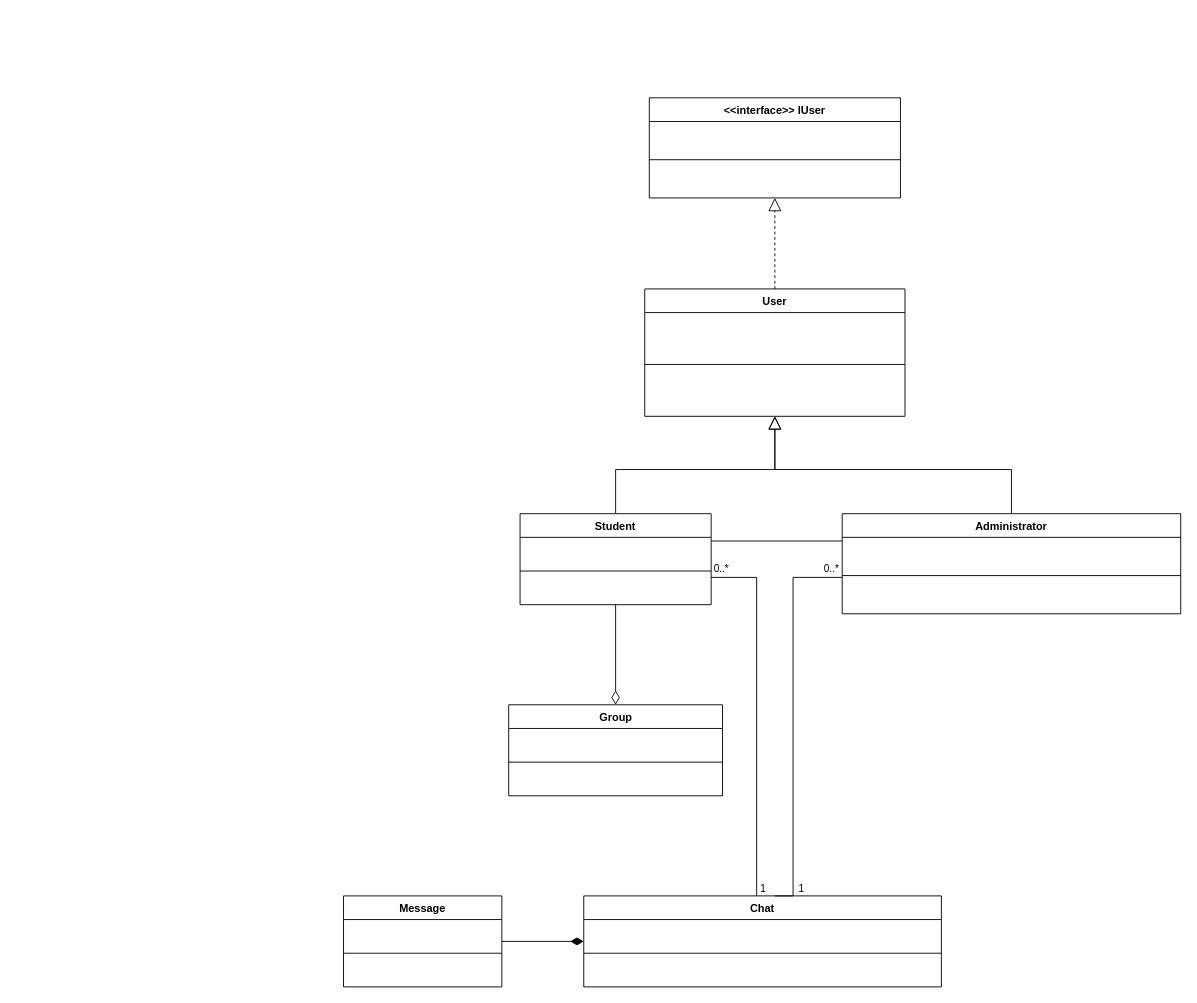
This is class_diagram.drawio from marchenkodima/oop-project-console, a draw.io file, before an edit. Source tidied: cells renumbered, new cells numbered last; positions are measured from the earlier drawing's top-left corner, leaving out a move shared by most shapes. Both pictures are drawn from the tidied source at 91%, with x=0, y=0 at pixel (343, 97).
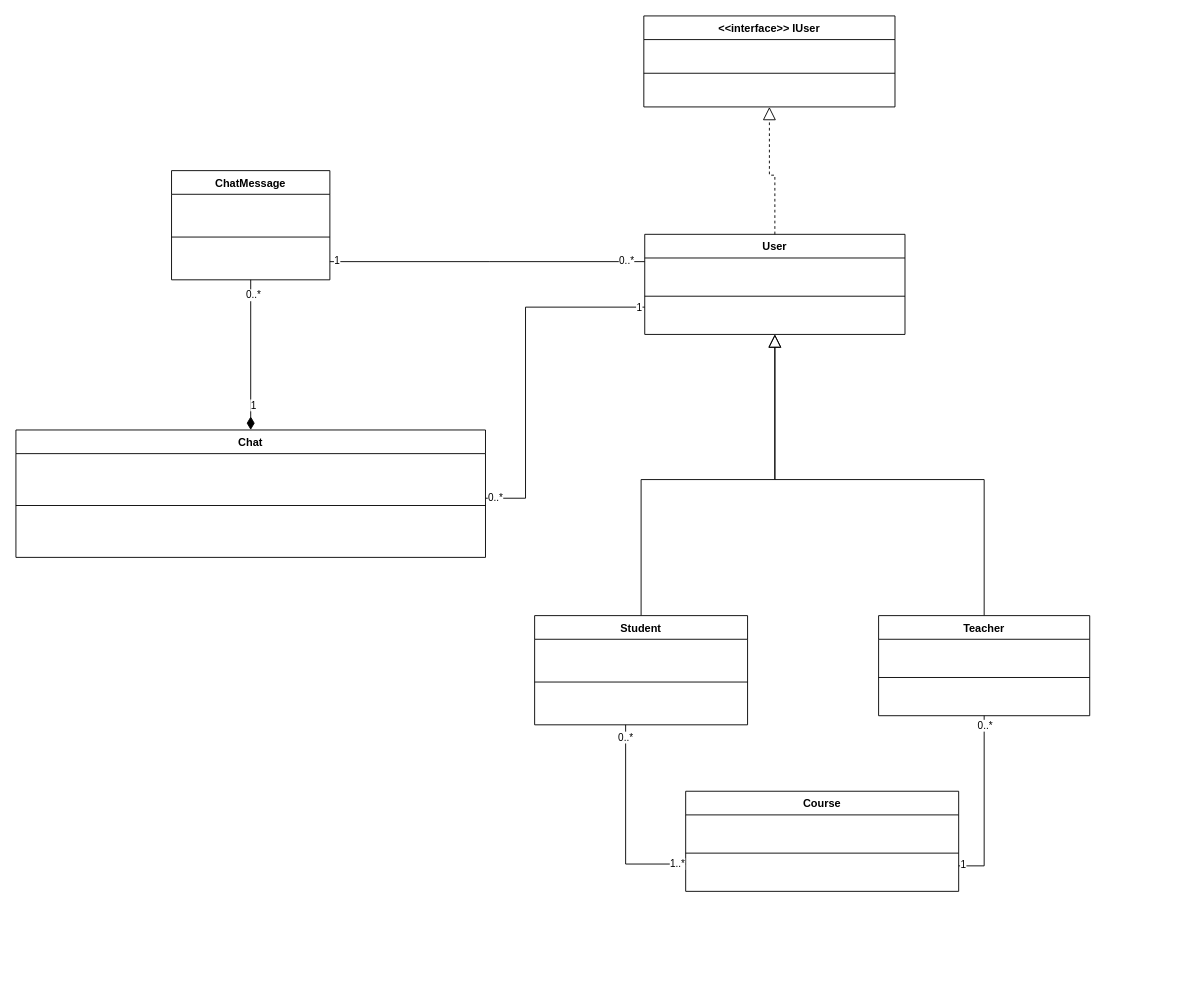
The same diagram, later.

What changed in the source:
```diff
@@
     <mxCell id="2" value="User" style="swimlane;fontStyle=1;align=center;verticalAlign=top;horizontal=1;startSize=26;whiteSpace=wrap;html=1;" parent="1" vertex="1">
-      <mxGeometry x="331" y="210" width="286" height="140" as="geometry" />
+      <mxGeometry x="331" y="150" width="286" height="110" as="geometry" />
     </mxCell>
-    <mxCell id="3" style="line;strokeWidth=1;fillColor=none;align=left;verticalAlign=middle;spacingTop=-1;spacingLeft=3;spacingRight=3;labelPosition=right;strokeColor=inherit;" parent="2" vertex="1">
-      <mxGeometry y="26" width="286" height="114" as="geometry" />
-    </mxCell>
+    <mxCell id="28" style="line;strokeWidth=1;fillColor=none;align=left;verticalAlign=middle;spacingTop=-1;spacingLeft=3;spacingRight=3;labelPosition=right;strokeColor=inherit;" parent="2" vertex="1">
+      <mxGeometry y="26" width="286" height="84" as="geometry" />
+    </mxCell>
@@
     <mxCell id="5" value="Student" style="swimlane;fontStyle=1;align=center;verticalAlign=top;horizontal=1;startSize=26;whiteSpace=wrap;html=1;" parent="1" vertex="1">
-      <mxGeometry x="194" y="457" width="210" height="100" as="geometry" />
+      <mxGeometry x="210" y="569" width="234" height="120" as="geometry" />
     </mxCell>
-    <mxCell id="6" style="line;strokeWidth=1;fillColor=none;align=left;verticalAlign=middle;spacingTop=-1;spacingLeft=3;spacingRight=3;labelPosition=right;strokeColor=inherit;" parent="5" vertex="1">
-      <mxGeometry y="26" width="210" height="74" as="geometry" />
-    </mxCell>
-    <mxCell id="7" style="edgeStyle=orthogonalEdgeStyle;rounded=0;jettySize=auto;html=1;exitX=0.5;exitY=0;exitDx=0;exitDy=0;endArrow=block;endFill=0;endSize=12;" parent="1" edge="1" source="8" target="2">
-      <mxGeometry relative="1" as="geometry" />
-    </mxCell>
-    <mxCell id="8" value="Administrator" style="swimlane;fontStyle=1;align=center;verticalAlign=top;horizontal=1;startSize=26;whiteSpace=wrap;html=1;" parent="1" vertex="1">
-      <mxGeometry x="548" y="457" width="372" height="110" as="geometry" />
-    </mxCell>
-    <mxCell id="9" style="line;strokeWidth=1;fillColor=none;align=left;verticalAlign=middle;spacingTop=-1;spacingLeft=3;spacingRight=3;labelPosition=right;strokeColor=inherit;" parent="8" vertex="1">
-      <mxGeometry y="26" width="372" height="84" as="geometry" />
-    </mxCell>
-    <mxCell id="10" value="Message" style="swimlane;fontStyle=1;align=center;verticalAlign=top;horizontal=1;startSize=26;whiteSpace=wrap;html=1;" parent="1" vertex="1">
-      <mxGeometry y="877" width="174" height="100" as="geometry" />
-    </mxCell>
-    <mxCell id="11" style="line;strokeWidth=1;fillColor=none;align=left;verticalAlign=middle;spacingTop=-1;spacingLeft=3;spacingRight=3;labelPosition=right;strokeColor=inherit;" parent="10" vertex="1">
-      <mxGeometry y="26" width="174" height="74" as="geometry" />
-    </mxCell>
+    <mxCell id="29" style="line;strokeWidth=1;fillColor=none;align=left;verticalAlign=middle;spacingTop=-1;spacingLeft=3;spacingRight=3;labelPosition=right;strokeColor=inherit;" parent="5" vertex="1">
+      <mxGeometry y="26" width="234" height="94" as="geometry" />
+    </mxCell>
+    <mxCell id="30" style="edgeStyle=orthogonalEdgeStyle;rounded=0;jettySize=auto;html=1;exitX=0.5;exitY=0;exitDx=0;exitDy=0;endArrow=block;endFill=0;endSize=12;" parent="1" edge="1" source="31" target="2">
+      <mxGeometry relative="1" as="geometry" />
+    </mxCell>
+    <mxCell id="31" value="Teacher" style="swimlane;fontStyle=1;align=center;verticalAlign=top;horizontal=1;startSize=26;whiteSpace=wrap;html=1;" parent="1" vertex="1">
+      <mxGeometry x="588" y="569" width="232" height="110" as="geometry" />
+    </mxCell>
+    <mxCell id="32" style="line;strokeWidth=1;fillColor=none;align=left;verticalAlign=middle;spacingTop=-1;spacingLeft=3;spacingRight=3;labelPosition=right;strokeColor=inherit;" parent="31" vertex="1">
+      <mxGeometry y="26" width="232" height="84" as="geometry" />
+    </mxCell>
+    <mxCell id="33" style="edgeStyle=orthogonalEdgeStyle;rounded=0;jettySize=auto;html=1;endArrow=none;endFill=0;" parent="1" edge="1" source="36" target="2">
+      <mxGeometry relative="1" as="geometry">
+        <Array as="points">
+          <mxPoint x="160" y="180" />
+          <mxPoint x="160" y="180" />
+        </Array>
+      </mxGeometry>
+    </mxCell>
+    <mxCell id="34" value="1" style="edgeLabel;html=1;align=center;verticalAlign=middle;" parent="33" vertex="1">
+      <mxGeometry x="-0.93" y="2" relative="1" as="geometry">
+        <mxPoint x="-5" as="offset" />
+      </mxGeometry>
+    </mxCell>
+    <mxCell id="35" value="0..*" style="edgeLabel;html=1;align=center;verticalAlign=middle;" parent="33" vertex="1">
+      <mxGeometry x="0.88" y="2" relative="1" as="geometry" />
+    </mxCell>
+    <mxCell id="36" value="ChatMessage" style="swimlane;fontStyle=1;align=center;verticalAlign=top;horizontal=1;startSize=26;whiteSpace=wrap;html=1;" parent="1" vertex="1">
+      <mxGeometry x="-189" y="80" width="174" height="120" as="geometry" />
+    </mxCell>
+    <mxCell id="37" style="line;strokeWidth=1;fillColor=none;align=left;verticalAlign=middle;spacingTop=-1;spacingLeft=3;spacingRight=3;labelPosition=right;strokeColor=inherit;" parent="36" vertex="1">
+      <mxGeometry y="26" width="174" height="94" as="geometry" />
+    </mxCell>
     <mxCell id="12" value="Chat" style="swimlane;fontStyle=1;align=center;verticalAlign=top;horizontal=1;startSize=26;whiteSpace=wrap;html=1;" parent="1" vertex="1">
-      <mxGeometry x="264" y="877" width="393" height="100" as="geometry" />
+      <mxGeometry x="-360" y="365" width="516" height="140" as="geometry" />
     </mxCell>
-    <mxCell id="13" style="line;strokeWidth=1;fillColor=none;align=left;verticalAlign=middle;spacingTop=-1;spacingLeft=3;spacingRight=3;labelPosition=right;strokeColor=inherit;" parent="12" vertex="1">
-      <mxGeometry y="26" width="393" height="74" as="geometry" />
-    </mxCell>
-    <mxCell id="14" style="edgeStyle=orthogonalEdgeStyle;rounded=0;jettySize=auto;html=1;endArrow=diamondThin;endFill=1;endSize=12;" parent="1" edge="1" source="10" target="12">
-      <mxGeometry relative="1" as="geometry" />
-    </mxCell>
-    <mxCell id="15" value="Group" style="swimlane;fontStyle=1;align=center;verticalAlign=top;horizontal=1;startSize=26;whiteSpace=wrap;html=1;" parent="1" vertex="1">
-      <mxGeometry x="181.5" y="667" width="235" height="100" as="geometry" />
-    </mxCell>
-    <mxCell id="16" style="line;strokeWidth=1;fillColor=none;align=left;verticalAlign=middle;spacingTop=-1;spacingLeft=3;spacingRight=3;labelPosition=right;strokeColor=inherit;" parent="15" vertex="1">
-      <mxGeometry y="26" width="235" height="74" as="geometry" />
-    </mxCell>
-    <mxCell id="17" style="edgeStyle=orthogonalEdgeStyle;rounded=0;jettySize=auto;html=1;endArrow=diamondThin;endFill=0;endSize=13;" parent="1" edge="1" source="5" target="15">
-      <mxGeometry relative="1" as="geometry" />
-    </mxCell>
-    <mxCell id="18" style="edgeStyle=orthogonalEdgeStyle;rounded=0;jettySize=auto;html=1;endArrow=none;endFill=0;endSize=13;" parent="1" edge="1" source="5" target="12">
-      <mxGeometry relative="1" as="geometry">
-        <Array as="points">
-          <mxPoint x="454" y="527" />
-        </Array>
-      </mxGeometry>
-    </mxCell>
-    <mxCell id="19" value="1" style="edgeLabel;html=1;align=center;verticalAlign=middle;" parent="18" vertex="1">
-      <mxGeometry x="-0.78" y="1" relative="1" as="geometry">
-        <mxPoint x="12" y="342" as="offset" />
-      </mxGeometry>
-    </mxCell>
-    <mxCell id="20" value="0..*" style="edgeLabel;html=1;align=center;verticalAlign=middle;" parent="18" vertex="1">
-      <mxGeometry x="-0.98" relative="1" as="geometry">
-        <mxPoint x="6" y="-10" as="offset" />
-      </mxGeometry>
-    </mxCell>
-    <mxCell id="21" style="edgeStyle=orthogonalEdgeStyle;rounded=0;jettySize=auto;html=1;endArrow=none;endFill=0;endSize=12;" parent="1" edge="1" source="8">
-      <mxGeometry relative="1" as="geometry">
-        <mxPoint x="474" y="877" as="targetPoint" />
-        <Array as="points">
-          <mxPoint x="494" y="527" />
-          <mxPoint x="494" y="877" />
-        </Array>
-      </mxGeometry>
-    </mxCell>
-    <mxCell id="22" value="1" style="edgeLabel;html=1;align=center;verticalAlign=middle;" parent="21" vertex="1">
-      <mxGeometry x="0.85" y="1" relative="1" as="geometry">
-        <mxPoint x="7" y="3" as="offset" />
-      </mxGeometry>
-    </mxCell>
-    <mxCell id="23" value="0..*" style="edgeLabel;html=1;align=center;verticalAlign=middle;" parent="21" vertex="1">
-      <mxGeometry x="-0.88" y="-1" relative="1" as="geometry">
-        <mxPoint x="12" y="-9" as="offset" />
-      </mxGeometry>
-    </mxCell>
-    <mxCell id="24" style="edgeStyle=orthogonalEdgeStyle;rounded=0;jettySize=auto;html=1;endArrow=none;endFill=0;" parent="1" edge="1" source="8" target="5">
-      <mxGeometry relative="1" as="geometry">
-        <Array as="points">
-          <mxPoint x="474" y="487" />
-          <mxPoint x="474" y="487" />
-        </Array>
-      </mxGeometry>
-    </mxCell>
+    <mxCell id="38" style="line;strokeWidth=1;fillColor=none;align=left;verticalAlign=middle;spacingTop=-1;spacingLeft=3;spacingRight=3;labelPosition=right;strokeColor=inherit;" parent="12" vertex="1">
+      <mxGeometry y="26" width="516" height="114" as="geometry" />
+    </mxCell>
+    <mxCell id="39" style="edgeStyle=orthogonalEdgeStyle;rounded=0;jettySize=auto;html=1;endArrow=diamondThin;endFill=1;endSize=12;" parent="1" edge="1" source="36" target="12">
+      <mxGeometry relative="1" as="geometry" />
+    </mxCell>
+    <mxCell id="40" value="1" style="edgeLabel;html=1;align=center;verticalAlign=middle;" parent="39" vertex="1">
+      <mxGeometry x="0.72" y="3" relative="1" as="geometry">
+        <mxPoint x="-1" y="-5" as="offset" />
+      </mxGeometry>
+    </mxCell>
+    <mxCell id="41" value="0..*" style="edgeLabel;html=1;align=center;verticalAlign=middle;" parent="39" vertex="1">
+      <mxGeometry x="-0.68" relative="1" as="geometry">
+        <mxPoint x="2" y="-10" as="offset" />
+      </mxGeometry>
+    </mxCell>
+    <mxCell id="42" style="edgeStyle=orthogonalEdgeStyle;rounded=0;jettySize=auto;html=1;endArrow=none;endFill=0;endSize=13;" parent="1" edge="1" source="2" target="12">
+      <mxGeometry relative="1" as="geometry">
+        <Array as="points">
+          <mxPoint x="200" y="230" />
+          <mxPoint x="200" y="440" />
+        </Array>
+      </mxGeometry>
+    </mxCell>
+    <mxCell id="43" value="1" style="edgeLabel;html=1;align=center;verticalAlign=middle;" parent="42" vertex="1">
+      <mxGeometry x="-0.98" relative="1" as="geometry">
+        <mxPoint x="-3" as="offset" />
+      </mxGeometry>
+    </mxCell>
+    <mxCell id="44" value="0..*" style="edgeLabel;html=1;align=center;verticalAlign=middle;" parent="42" vertex="1">
+      <mxGeometry x="0.95" y="-1" relative="1" as="geometry" />
+    </mxCell>
     <mxCell id="25" value="&amp;lt;&amp;lt;interface&amp;gt;&amp;gt; IUser" style="swimlane;fontStyle=1;align=center;verticalAlign=top;horizontal=1;startSize=26;whiteSpace=wrap;html=1;" parent="1" vertex="1">
-      <mxGeometry x="336" width="276" height="110" as="geometry" />
+      <mxGeometry x="330" y="-90" width="276" height="100" as="geometry" />
     </mxCell>
-    <mxCell id="26" style="line;strokeWidth=1;fillColor=none;align=left;verticalAlign=middle;spacingTop=-1;spacingLeft=3;spacingRight=3;labelPosition=right;strokeColor=inherit;" parent="25" vertex="1">
-      <mxGeometry y="26" width="276" height="84" as="geometry" />
-    </mxCell>
+    <mxCell id="45" style="line;strokeWidth=1;fillColor=none;align=left;verticalAlign=middle;spacingTop=-1;spacingLeft=3;spacingRight=3;labelPosition=right;strokeColor=inherit;" parent="25" vertex="1">
+      <mxGeometry y="26" width="276" height="74" as="geometry" />
+    </mxCell>
@@
+    <mxCell id="46" value="Course" style="swimlane;fontStyle=1;align=center;verticalAlign=top;horizontal=1;startSize=26;whiteSpace=wrap;html=1;" parent="1" vertex="1">
+      <mxGeometry x="376" y="762" width="300" height="110" as="geometry" />
+    </mxCell>
+    <mxCell id="47" style="line;strokeWidth=1;fillColor=none;align=left;verticalAlign=middle;spacingTop=-1;spacingLeft=3;spacingRight=3;labelPosition=right;strokeColor=inherit;" parent="46" vertex="1">
+      <mxGeometry y="26" width="300" height="84" as="geometry" />
+    </mxCell>
+    <mxCell id="48" style="edgeStyle=orthogonalEdgeStyle;rounded=0;jettySize=auto;html=1;endArrow=none;endFill=0;" parent="1" edge="1" source="46" target="5">
+      <mxGeometry relative="1" as="geometry">
+        <Array as="points">
+          <mxPoint x="310" y="842" />
+        </Array>
+      </mxGeometry>
+    </mxCell>
+    <mxCell id="49" value="0..*" style="edgeLabel;html=1;align=center;verticalAlign=middle;" parent="48" vertex="1">
+      <mxGeometry x="0.86" relative="1" as="geometry">
+        <mxPoint x="-1" y="-2" as="offset" />
+      </mxGeometry>
+    </mxCell>
+    <mxCell id="50" value="1..*" style="edgeLabel;html=1;align=center;verticalAlign=middle;" parent="48" vertex="1">
+      <mxGeometry x="-0.88" relative="1" as="geometry">
+        <mxPoint x="3" y="-1" as="offset" />
+      </mxGeometry>
+    </mxCell>
+    <mxCell id="51" style="edgeStyle=orthogonalEdgeStyle;rounded=0;jettySize=auto;html=1;endArrow=none;endFill=0;" parent="1" edge="1" source="46" target="31">
+      <mxGeometry relative="1" as="geometry">
+        <Array as="points">
+          <mxPoint x="704" y="844" />
+        </Array>
+      </mxGeometry>
+    </mxCell>
+    <mxCell id="52" value="1" style="edgeLabel;html=1;align=center;verticalAlign=middle;" parent="51" vertex="1">
+      <mxGeometry x="-0.95" y="3" relative="1" as="geometry">
+        <mxPoint x="-1" y="1" as="offset" />
+      </mxGeometry>
+    </mxCell>
+    <mxCell id="53" value="0..*" style="edgeLabel;html=1;align=center;verticalAlign=middle;" parent="51" vertex="1">
+      <mxGeometry x="0.97" relative="1" as="geometry">
+        <mxPoint y="7" as="offset" />
+      </mxGeometry>
+    </mxCell>
```
